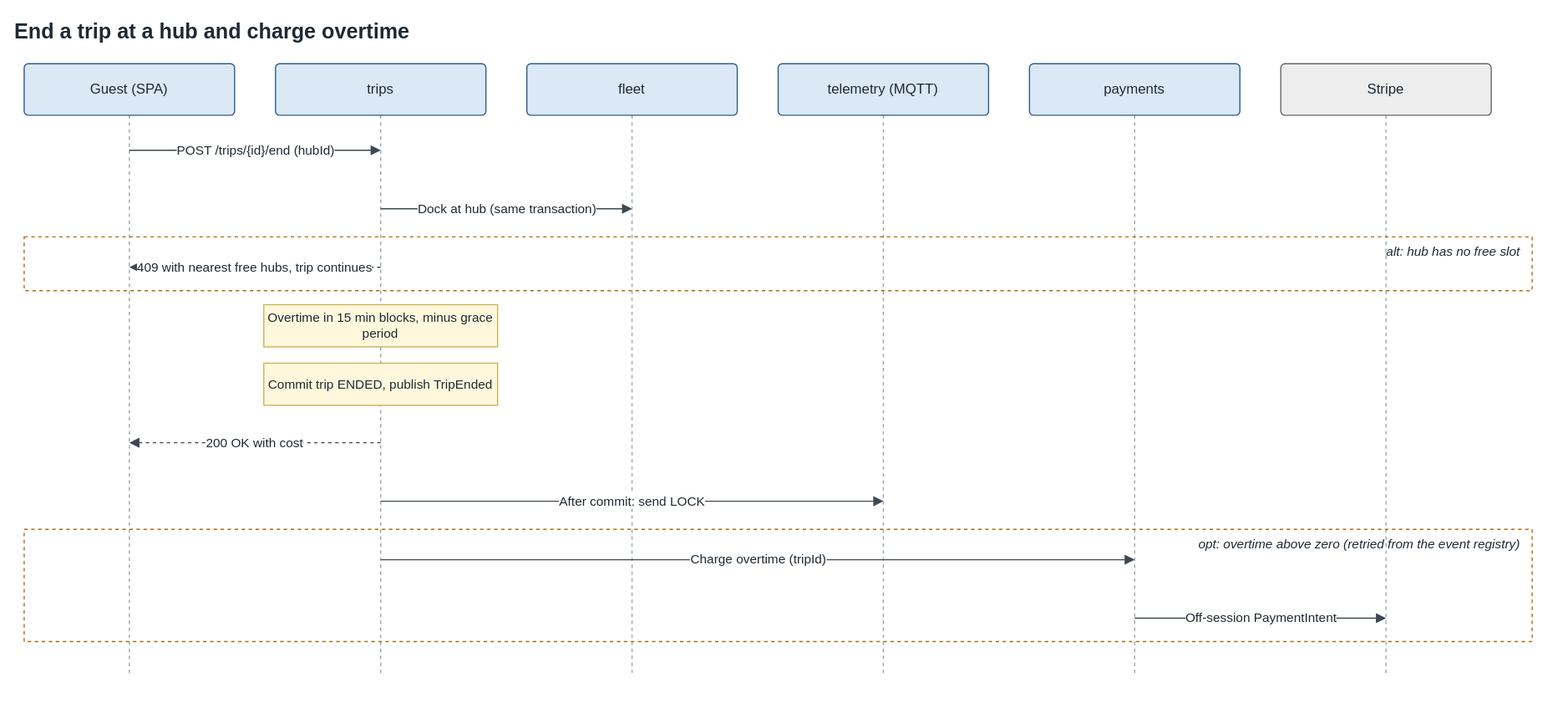
The draw.io diagram docs/architecture/diagrams/07-seq-end-trip-overtime.drawio.svg in TQS-RiaRide/RIARide, before a commit. Source tidied: cells renumbered, new cells last; positions are measured from the earlier drawing's top-left corner, leaving out a move shared by most shapes. Source of this version:
```xml
<mxGraphModel background="#FFFFFF">
  <root>
    <mxCell id="0" />
    <mxCell id="1" parent="0" />
    <mxCell id="2" value="End a trip at a hub and charge overtime" style="html=1;whiteSpace=wrap;fontFamily=Helvetica;fontSize=12;fontColor=#1F2933;text;fillColor=none;strokeColor=none;align=left;fontSize=18;fontStyle=1;" parent="1" vertex="1">
      <mxGeometry width="1310" height="34" as="geometry" />
    </mxCell>
    <mxCell id="3" style="html=1;endArrow=none;dashed=1;strokeColor=#9AA5B1;rounded=0;" parent="1" edge="1">
      <mxGeometry relative="1" as="geometry">
        <mxPoint x="100" y="88" as="sourcePoint" />
        <mxPoint x="100" y="568" as="targetPoint" />
      </mxGeometry>
    </mxCell>
    <mxCell id="4" style="html=1;endArrow=none;dashed=1;strokeColor=#9AA5B1;rounded=0;" parent="1" edge="1">
      <mxGeometry relative="1" as="geometry">
        <mxPoint x="315" y="88" as="sourcePoint" />
        <mxPoint x="315" y="568" as="targetPoint" />
      </mxGeometry>
    </mxCell>
    <mxCell id="5" style="html=1;endArrow=none;dashed=1;strokeColor=#9AA5B1;rounded=0;" parent="1" edge="1">
      <mxGeometry relative="1" as="geometry">
        <mxPoint x="530" y="88" as="sourcePoint" />
        <mxPoint x="530" y="568" as="targetPoint" />
      </mxGeometry>
    </mxCell>
    <mxCell id="6" style="html=1;endArrow=none;dashed=1;strokeColor=#9AA5B1;rounded=0;" parent="1" edge="1">
      <mxGeometry relative="1" as="geometry">
        <mxPoint x="745" y="88" as="sourcePoint" />
        <mxPoint x="745" y="568" as="targetPoint" />
      </mxGeometry>
    </mxCell>
    <mxCell id="7" style="html=1;endArrow=none;dashed=1;strokeColor=#9AA5B1;rounded=0;" parent="1" edge="1">
      <mxGeometry relative="1" as="geometry">
        <mxPoint x="960" y="88" as="sourcePoint" />
        <mxPoint x="960" y="568" as="targetPoint" />
      </mxGeometry>
    </mxCell>
    <mxCell id="8" style="html=1;endArrow=none;dashed=1;strokeColor=#9AA5B1;rounded=0;" parent="1" edge="1">
      <mxGeometry relative="1" as="geometry">
        <mxPoint x="1175" y="88" as="sourcePoint" />
        <mxPoint x="1175" y="568" as="targetPoint" />
      </mxGeometry>
    </mxCell>
    <mxCell id="9" value="Guest (SPA)" style="html=1;whiteSpace=wrap;fontFamily=Helvetica;fontSize=12;fontColor=#1F2933;rounded=1;arcSize=8;fillColor=#DBE8F6;strokeColor=#2B5C8A;" parent="1" vertex="1">
      <mxGeometry x="10" y="44" width="180" height="44" as="geometry" />
    </mxCell>
    <mxCell id="10" value="trips" style="html=1;whiteSpace=wrap;fontFamily=Helvetica;fontSize=12;fontColor=#1F2933;rounded=1;arcSize=8;fillColor=#DBE8F6;strokeColor=#2B5C8A;" parent="1" vertex="1">
      <mxGeometry x="225" y="44" width="180" height="44" as="geometry" />
    </mxCell>
    <mxCell id="11" value="fleet" style="html=1;whiteSpace=wrap;fontFamily=Helvetica;fontSize=12;fontColor=#1F2933;rounded=1;arcSize=8;fillColor=#DBE8F6;strokeColor=#2B5C8A;" parent="1" vertex="1">
      <mxGeometry x="440" y="44" width="180" height="44" as="geometry" />
    </mxCell>
    <mxCell id="12" value="telemetry (MQTT)" style="html=1;whiteSpace=wrap;fontFamily=Helvetica;fontSize=12;fontColor=#1F2933;rounded=1;arcSize=8;fillColor=#DBE8F6;strokeColor=#2B5C8A;" parent="1" vertex="1">
      <mxGeometry x="655" y="44" width="180" height="44" as="geometry" />
    </mxCell>
    <mxCell id="13" value="payments" style="html=1;whiteSpace=wrap;fontFamily=Helvetica;fontSize=12;fontColor=#1F2933;rounded=1;arcSize=8;fillColor=#DBE8F6;strokeColor=#2B5C8A;" parent="1" vertex="1">
      <mxGeometry x="870" y="44" width="180" height="44" as="geometry" />
    </mxCell>
    <mxCell id="14" value="Stripe" style="html=1;whiteSpace=wrap;fontFamily=Helvetica;fontSize=12;fontColor=#1F2933;rounded=1;arcSize=8;fillColor=#EDEDED;strokeColor=#666666;" parent="1" vertex="1">
      <mxGeometry x="1085" y="44" width="180" height="44" as="geometry" />
    </mxCell>
    <mxCell id="15" value="POST /trips/{id}/end (hubId)" style="html=1;endArrow=block;endFill=1;strokeColor=#3D4852;fontFamily=Helvetica;fontSize=11;fontColor=#1F2933;labelBackgroundColor=#FFFFFF;rounded=0;" parent="1" edge="1">
      <mxGeometry relative="1" as="geometry">
        <mxPoint x="100" y="118" as="sourcePoint" />
        <mxPoint x="315" y="118" as="targetPoint" />
      </mxGeometry>
    </mxCell>
    <mxCell id="16" value="Dock at hub (same transaction)" style="html=1;endArrow=block;endFill=1;strokeColor=#3D4852;fontFamily=Helvetica;fontSize=11;fontColor=#1F2933;labelBackgroundColor=#FFFFFF;rounded=0;" parent="1" edge="1">
      <mxGeometry relative="1" as="geometry">
        <mxPoint x="315" y="168" as="sourcePoint" />
        <mxPoint x="530" y="168" as="targetPoint" />
      </mxGeometry>
    </mxCell>
    <mxCell id="17" value="alt: hub has no free slot" style="html=1;whiteSpace=wrap;fontFamily=Helvetica;fontSize=12;fontColor=#1F2933;rounded=0;fillColor=none;strokeColor=#B36B00;dashed=1;verticalAlign=top;align=right;spacingRight=8;fontSize=11;fontStyle=2;" parent="1" vertex="1">
      <mxGeometry x="10" y="192" width="1290" height="46" as="geometry" />
    </mxCell>
    <mxCell id="18" value="409 with nearest free hubs, trip continues" style="html=1;endArrow=block;endFill=1;strokeColor=#3D4852;fontFamily=Helvetica;fontSize=11;fontColor=#1F2933;labelBackgroundColor=#FFFFFF;rounded=0;dashed=1;" parent="1" edge="1">
      <mxGeometry relative="1" as="geometry">
        <mxPoint x="315" y="218" as="sourcePoint" />
        <mxPoint x="100" y="218" as="targetPoint" />
      </mxGeometry>
    </mxCell>
    <mxCell id="19" value="Overtime in 15 min blocks, minus grace period" style="html=1;whiteSpace=wrap;fontFamily=Helvetica;fontSize=12;fontColor=#1F2933;rounded=0;fillColor=#FFF8DC;strokeColor=#C9B458;fontSize=11;" parent="1" vertex="1">
      <mxGeometry x="215" y="250" width="200" height="36" as="geometry" />
    </mxCell>
    <mxCell id="20" value="Commit trip ENDED, publish TripEnded" style="html=1;whiteSpace=wrap;fontFamily=Helvetica;fontSize=12;fontColor=#1F2933;rounded=0;fillColor=#FFF8DC;strokeColor=#C9B458;fontSize=11;" parent="1" vertex="1">
      <mxGeometry x="215" y="300" width="200" height="36" as="geometry" />
    </mxCell>
    <mxCell id="21" value="200 OK with cost" style="html=1;endArrow=block;endFill=1;strokeColor=#3D4852;fontFamily=Helvetica;fontSize=11;fontColor=#1F2933;labelBackgroundColor=#FFFFFF;rounded=0;dashed=1;" parent="1" edge="1">
      <mxGeometry relative="1" as="geometry">
        <mxPoint x="315" y="368" as="sourcePoint" />
        <mxPoint x="100" y="368" as="targetPoint" />
      </mxGeometry>
    </mxCell>
    <mxCell id="22" value="After commit: send LOCK" style="html=1;endArrow=block;endFill=1;strokeColor=#3D4852;fontFamily=Helvetica;fontSize=11;fontColor=#1F2933;labelBackgroundColor=#FFFFFF;rounded=0;" parent="1" edge="1">
      <mxGeometry relative="1" as="geometry">
        <mxPoint x="315" y="418" as="sourcePoint" />
        <mxPoint x="745" y="418" as="targetPoint" />
      </mxGeometry>
    </mxCell>
    <mxCell id="23" value="opt: overtime above zero (retried from the event registry)" style="html=1;whiteSpace=wrap;fontFamily=Helvetica;fontSize=12;fontColor=#1F2933;rounded=0;fillColor=none;strokeColor=#B36B00;dashed=1;verticalAlign=top;align=right;spacingRight=8;fontSize=11;fontStyle=2;" parent="1" vertex="1">
      <mxGeometry x="10" y="442" width="1290" height="96" as="geometry" />
    </mxCell>
    <mxCell id="24" value="Charge overtime (tripId)" style="html=1;endArrow=block;endFill=1;strokeColor=#3D4852;fontFamily=Helvetica;fontSize=11;fontColor=#1F2933;labelBackgroundColor=#FFFFFF;rounded=0;" parent="1" edge="1">
      <mxGeometry relative="1" as="geometry">
        <mxPoint x="315" y="468" as="sourcePoint" />
        <mxPoint x="960" y="468" as="targetPoint" />
      </mxGeometry>
    </mxCell>
    <mxCell id="25" value="Off-session PaymentIntent" style="html=1;endArrow=block;endFill=1;strokeColor=#3D4852;fontFamily=Helvetica;fontSize=11;fontColor=#1F2933;labelBackgroundColor=#FFFFFF;rounded=0;" parent="1" edge="1">
      <mxGeometry relative="1" as="geometry">
        <mxPoint x="960" y="518" as="sourcePoint" />
        <mxPoint x="1175" y="518" as="targetPoint" />
      </mxGeometry>
    </mxCell>
  </root>
</mxGraphModel>
```
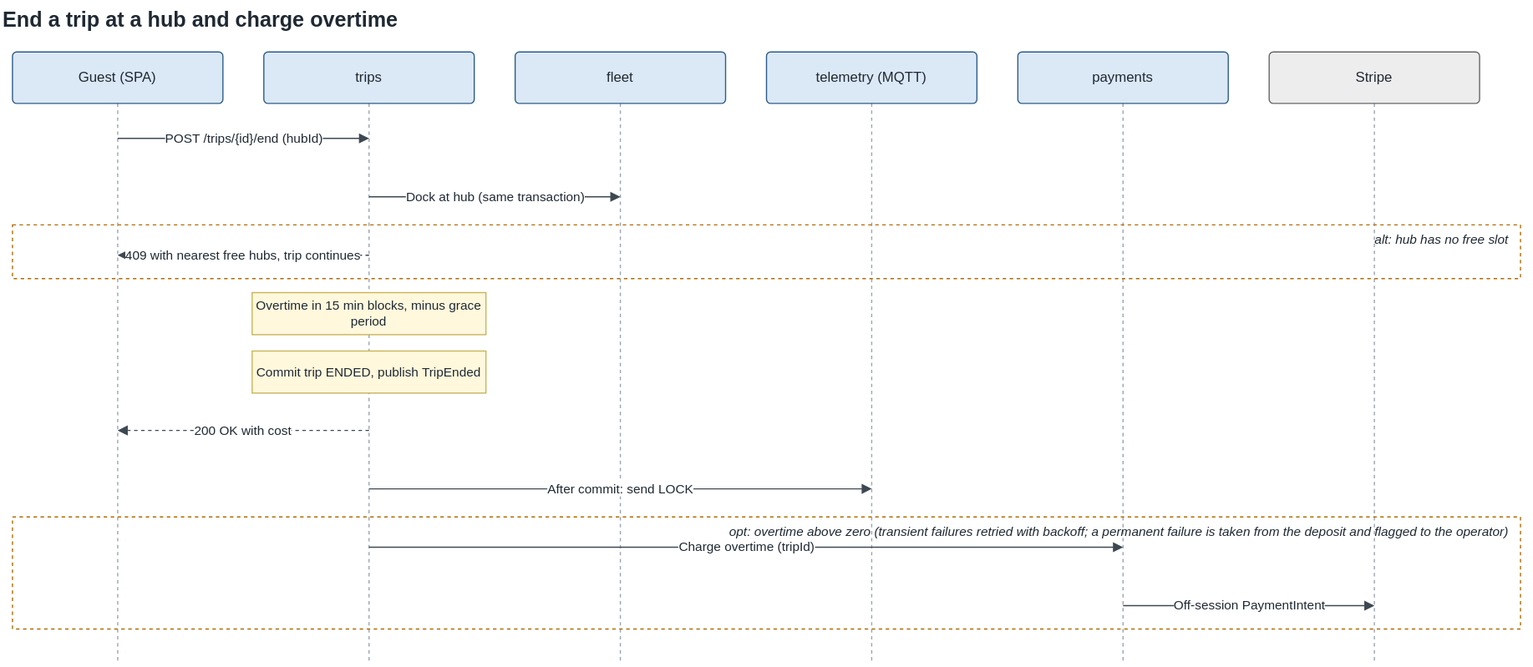
After the change.

What changed in the source:
```diff
@@ -98,7 +98,7 @@
         <mxPoint x="745" y="418" as="targetPoint" />
       </mxGeometry>
     </mxCell>
-    <mxCell id="23" value="opt: overtime above zero (retried from the event registry)" style="html=1;whiteSpace=wrap;fontFamily=Helvetica;fontSize=12;fontColor=#1F2933;rounded=0;fillColor=none;strokeColor=#B36B00;dashed=1;verticalAlign=top;align=right;spacingRight=8;fontSize=11;fontStyle=2;" parent="1" vertex="1">
+    <mxCell id="23" value="opt: overtime above zero (transient failures retried with backoff; a permanent failure is taken from the deposit and flagged to the operator)" style="html=1;whiteSpace=wrap;fontFamily=Helvetica;fontSize=12;fontColor=#1F2933;rounded=0;fillColor=none;strokeColor=#B36B00;dashed=1;verticalAlign=top;align=right;spacingRight=8;fontSize=11;fontStyle=2;" parent="1" vertex="1">
       <mxGeometry x="10" y="442" width="1290" height="96" as="geometry" />
     </mxCell>
     <mxCell id="24" value="Charge overtime (tripId)" style="html=1;endArrow=block;endFill=1;strokeColor=#3D4852;fontFamily=Helvetica;fontSize=11;fontColor=#1F2933;labelBackgroundColor=#FFFFFF;rounded=0;" parent="1" edge="1">
```
